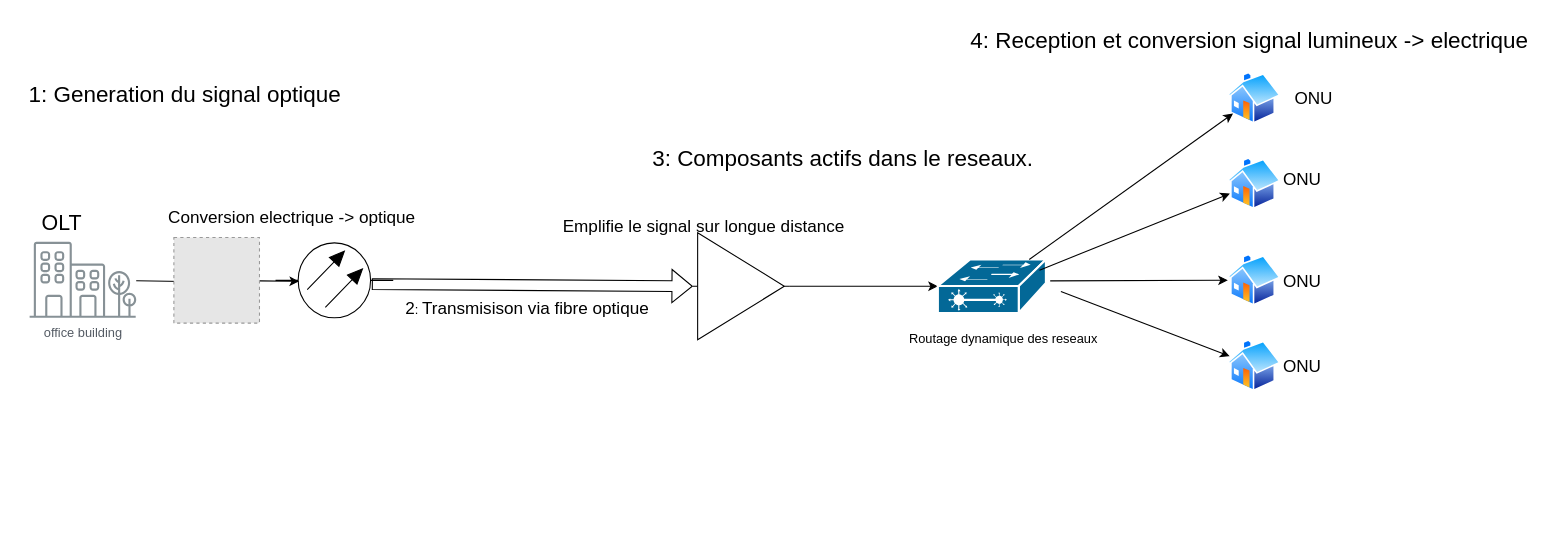
The draw.io diagram fiber_optic.drawio in JuiceMcgoose/draw.io, before the edit. Source tidied: cells renumbered, new cells numbered last; positions are measured from the earlier drawing's top-left corner, leaving out a move shared by most shapes. Both pictures are drawn from the tidied source at 107%, with x=0, y=0 at pixel (18, 18). Pictures stored in the file or linked from it are replaced by grey dashed boxes.
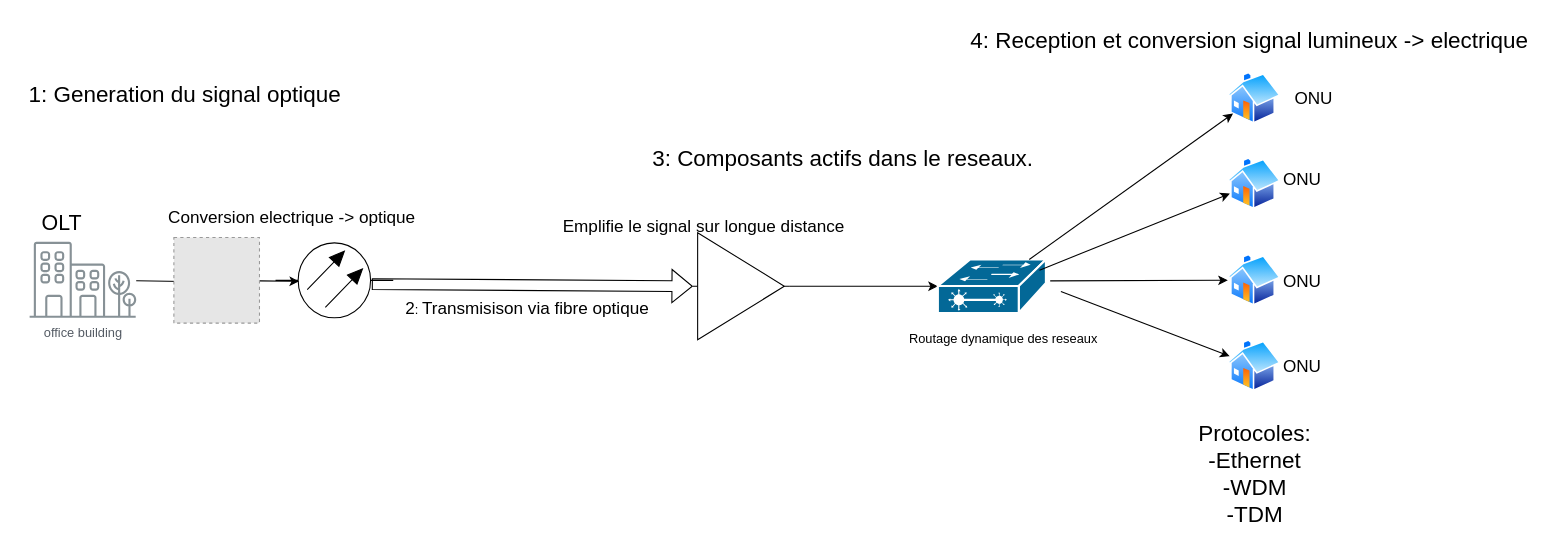
The same diagram, later.

What changed in the source:
```diff
@@
+    <mxCell id="31" value="&lt;div&gt;&lt;font style=&quot;font-size: 21px;&quot;&gt;Protocoles:&lt;/font&gt;&lt;/div&gt;&lt;div&gt;&lt;font style=&quot;font-size: 21px;&quot;&gt;-Ethernet&lt;/font&gt;&lt;/div&gt;&lt;div&gt;&lt;font style=&quot;font-size: 21px;&quot;&gt;-WDM&lt;/font&gt;&lt;/div&gt;&lt;div&gt;&lt;font style=&quot;font-size: 21px;&quot;&gt;-TDM&lt;/font&gt;&lt;/div&gt;" style="text;html=1;align=center;verticalAlign=middle;strokeColor=none;fillColor=none;" parent="1" vertex="1">
+      <mxGeometry x="1090" y="370" width="130" height="110" as="geometry" />
+    </mxCell>
```
